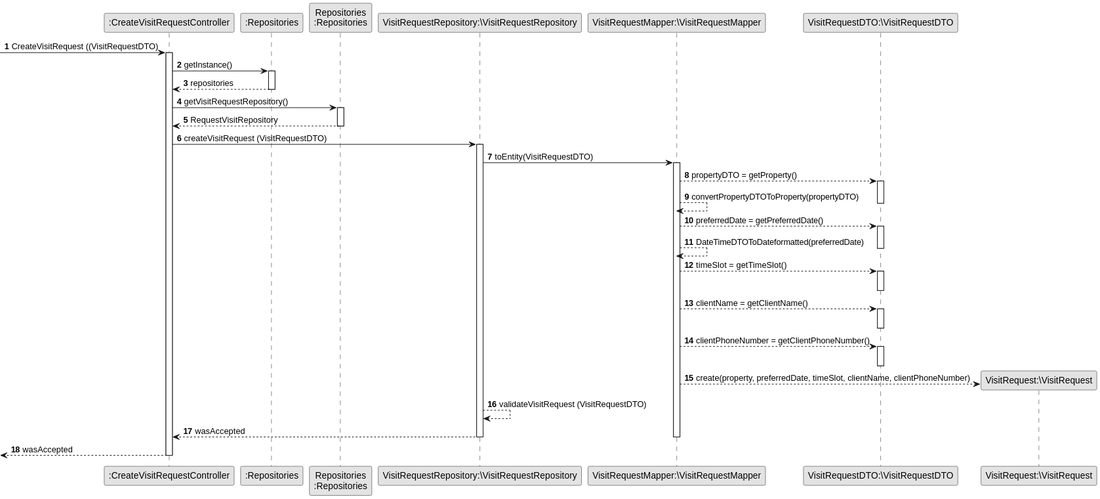
Earlier version of the PlantUML export docs/sprintD/us009/03.design/svg/us009-sequence-diagram-partial-create-visit-request.svg (Shushizinho/RealEstateUSASystem).
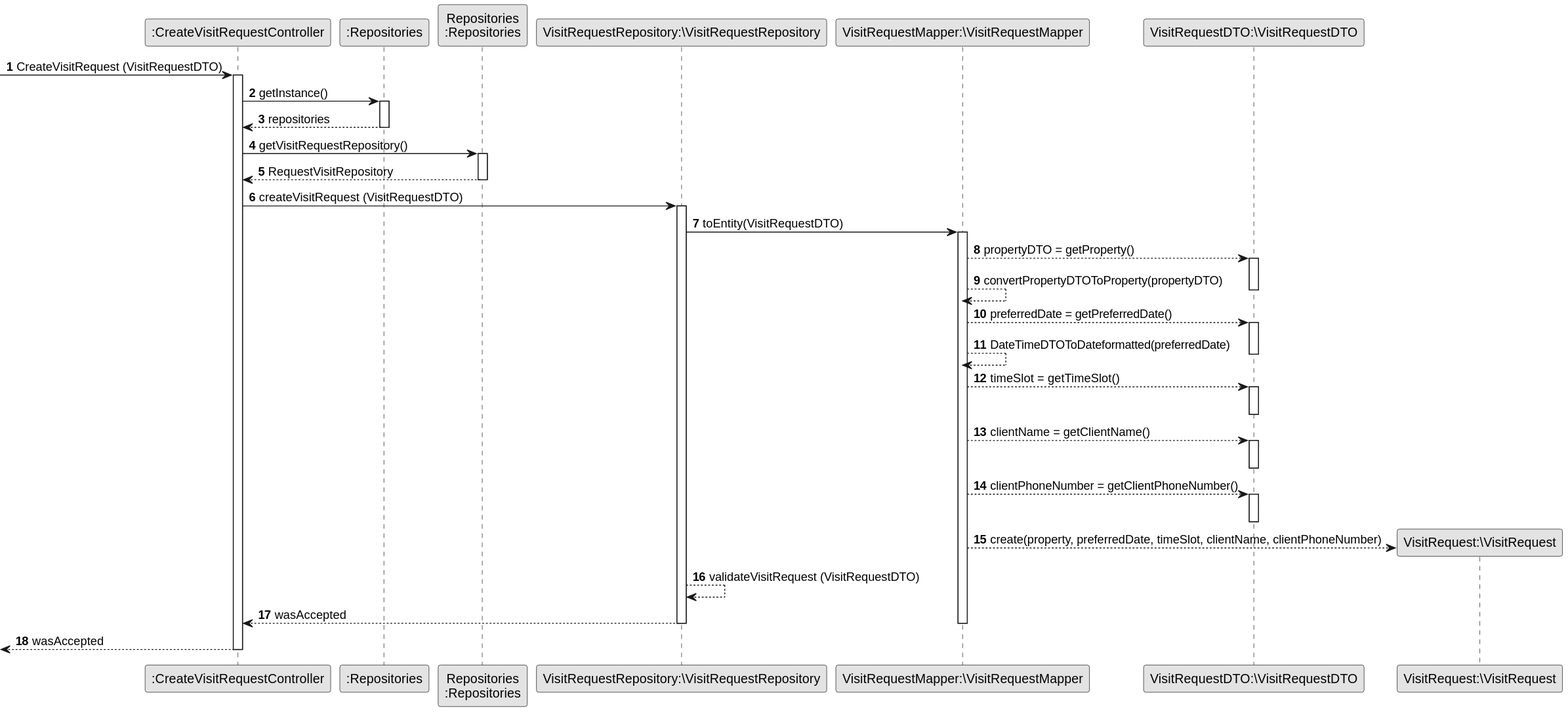
After the commit.

Change to the diagram source:
```diff
@@ -13,7 +13,7 @@
 
 
 autonumber
--> CTRL : CreateVisitRequest ((VisitRequestDTO)
+-> CTRL : CreateVisitRequest (VisitRequestDTO)
 
 
         activate CTRL
```
